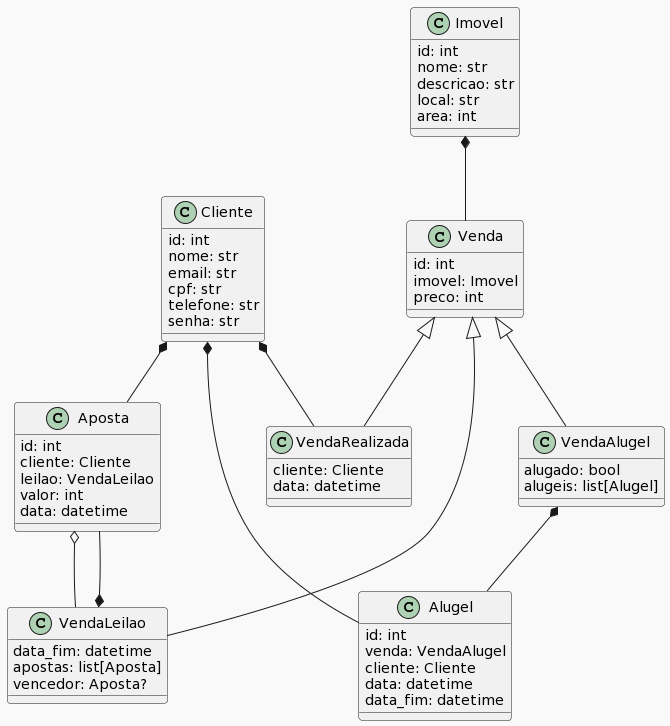
Earlier version of the PlantUML export uml.png (lgs2005/imboliaria-imoveis). The source it was exported from:
```plantuml
@startuml
!theme mars
class Cliente {
  id: int
  nome: str
  email: str
  cpf: str
  telefone: str
  senha: str
}

class Imovel {
  id: int
  nome: str
  descricao: str
  local: str
  area: int
}

class Venda {
  id: int
  imovel: Imovel
  preco: int
}

class VendaRealizada {
  cliente: Cliente
  data: datetime
}

class VendaAlugel {
  alugado: bool
  alugeis: list[Alugel]
}

class Alugel {
  id: int
  venda: VendaAlugel
  cliente: Cliente
  data: datetime
  data_fim: datetime
}

class VendaLeilao {
  data_fim: datetime
  apostas: list[Aposta]
  vencedor: Aposta?
}

class Aposta {
  id: int
  cliente: Cliente
  leilao: VendaLeilao
  valor: int
  data: datetime
}

Venda <|-- VendaRealizada
Venda <|-- VendaAlugel
Venda <|-- VendaLeilao

Imovel *-- Venda

Cliente *-- VendaRealizada
Cliente *-- Alugel
Cliente *-- Aposta

VendaAlugel *-- Alugel
VendaLeilao *-- Aposta

Aposta o-- VendaLeilao
@enduml
```
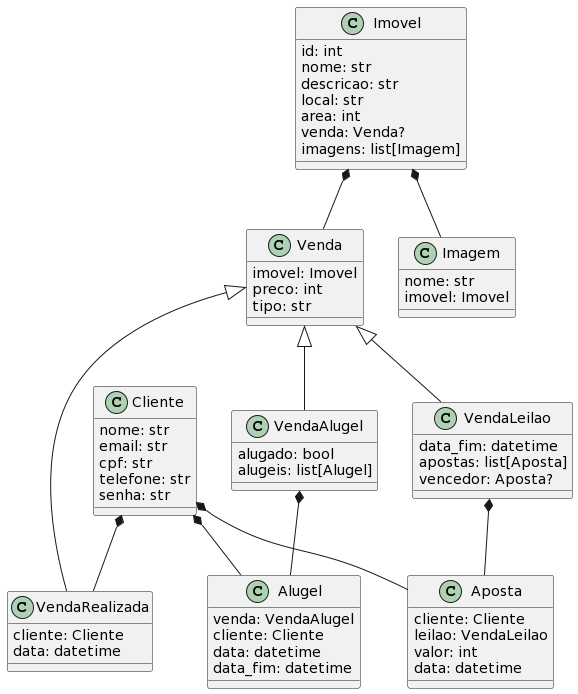
Later version of the same file.

The edit, as a diff of the source:
```diff
@@ -1,72 +1,70 @@
 @startuml
-!theme mars
 class Cliente {
-  id: int
-  nome: str
-  email: str
-  cpf: str
-  telefone: str
-  senha: str
+nome: str
+email: str
+cpf: str
+telefone: str
+senha: str
 }
 
 class Imovel {
-  id: int
-  nome: str
-  descricao: str
-  local: str
-  area: int
+id: int
+nome: str
+descricao: str
+local: str
+area: int
+venda: Venda?
+imagens: list[Imagem]
 }
 
+Imovel *-- Venda
 class Venda {
-  id: int
-  imovel: Imovel
-  preco: int
-}
-
-class VendaRealizada {
-  cliente: Cliente
-  data: datetime
-}
-
-class VendaAlugel {
-  alugado: bool
-  alugeis: list[Alugel]
-}
-
-class Alugel {
-  id: int
-  venda: VendaAlugel
-  cliente: Cliente
-  data: datetime
-  data_fim: datetime
-}
-
-class VendaLeilao {
-  data_fim: datetime
-  apostas: list[Aposta]
-  vencedor: Aposta?
-}
-
-class Aposta {
-  id: int
-  cliente: Cliente
-  leilao: VendaLeilao
-  valor: int
-  data: datetime
+imovel: Imovel
+preco: int
+tipo: str
 }
 
 Venda <|-- VendaRealizada
+Cliente *-- VendaRealizada
+class VendaRealizada {
+cliente: Cliente
+data: datetime
+}
+
 Venda <|-- VendaAlugel
-Venda <|-- VendaLeilao
-
-Imovel *-- Venda
-
-Cliente *-- VendaRealizada
-Cliente *-- Alugel
-Cliente *-- Aposta
+class VendaAlugel {
+alugado: bool
+alugeis: list[Alugel]
+}
 
 VendaAlugel *-- Alugel
+Cliente *-- Alugel
+class Alugel {
+venda: VendaAlugel
+cliente: Cliente
+data: datetime
+data_fim: datetime
+}
+
+Venda <|-- VendaLeilao
+class VendaLeilao {
+data_fim: datetime
+apostas: list[Aposta]
+vencedor: Aposta?
+}
+
 VendaLeilao *-- Aposta
+Cliente *-- Aposta
+class Aposta {
+cliente: Cliente
+leilao: VendaLeilao
+valor: int
+data: datetime
+}
 
-Aposta o-- VendaLeilao
+Imovel *-- Imagem
+class Imagem {
+nome: str
+imovel: Imovel
+}
 @enduml
```
